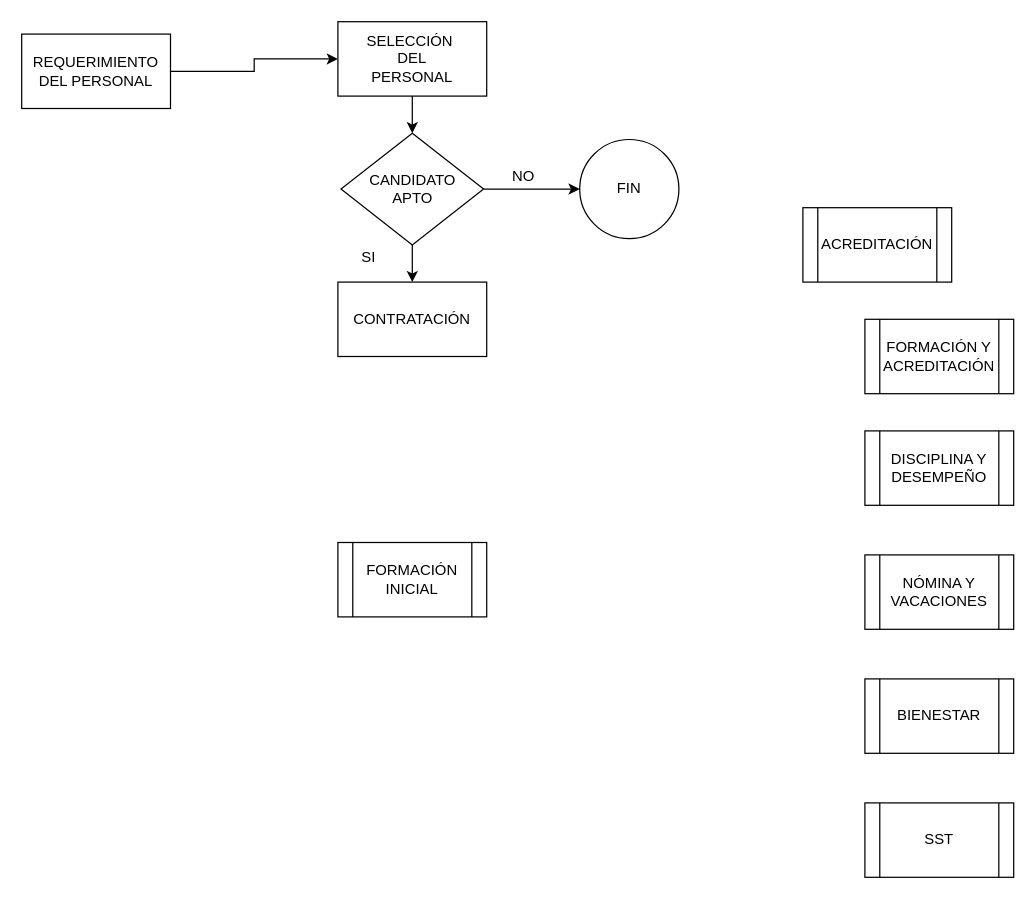
SeguridadOmega/diagrams keeps this draw.io diagram as Untitled Diagram.drawio. Above is the earlier version. Source tidied: cells renumbered, new cells numbered last; positions are measured from the earlier drawing's top-left corner, leaving out a move shared by most shapes. Both pictures are drawn from the tidied source at 124%, with x=0, y=0 at pixel (21, 21).
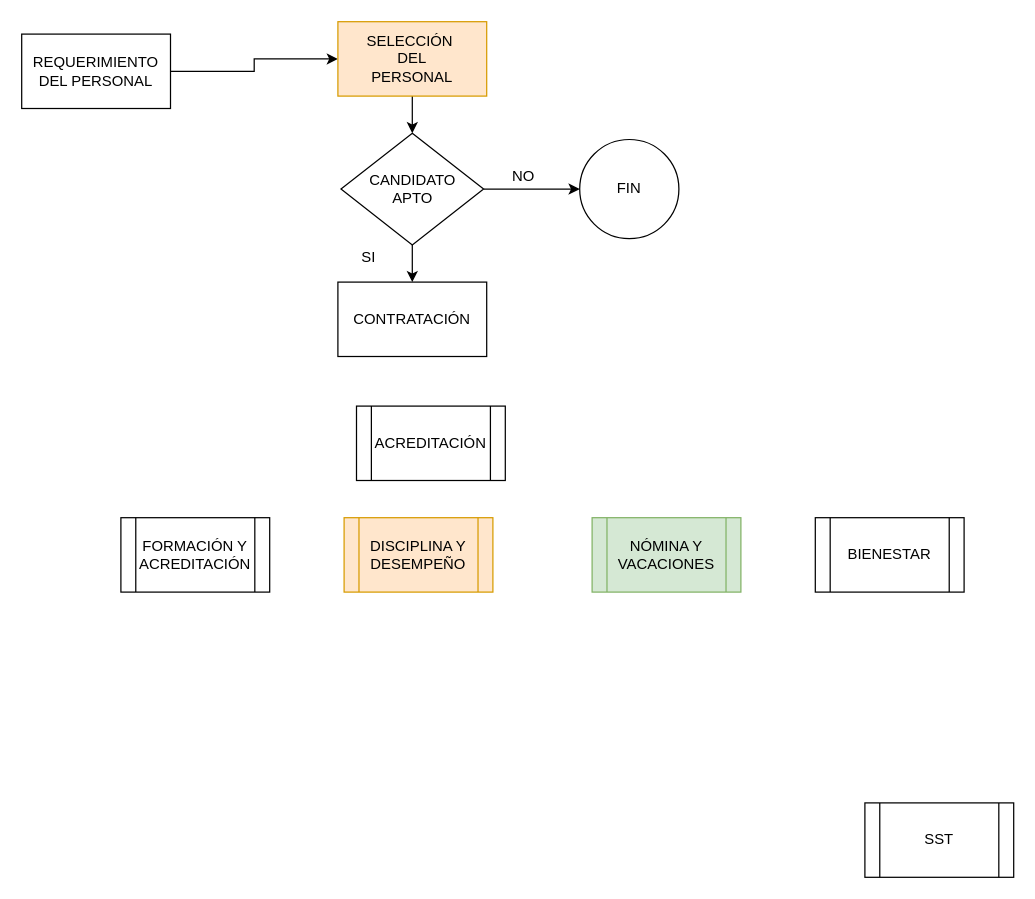
The same diagram, later.

Change to the diagram source:
```diff
@@
 <mxGraphModel>
   <root>
     <mxCell id="0" />
     <mxCell id="1" parent="0" />
     <mxCell id="2" style="edgeStyle=orthogonalEdgeStyle;rounded=0;jettySize=auto;html=1;exitX=1;exitY=0.5;exitDx=0;exitDy=0;" parent="1" edge="1" source="3" target="11">
       <mxGeometry relative="1" as="geometry" />
     </mxCell>
     <mxCell id="3" value="REQUERIMIENTO DEL PERSONAL" style="rounded=0;whiteSpace=wrap;html=1;" parent="1" vertex="1">
       <mxGeometry y="10" width="120" height="60" as="geometry" />
     </mxCell>
     <mxCell id="4" style="edgeStyle=orthogonalEdgeStyle;rounded=0;jettySize=auto;html=1;exitX=1;exitY=0.5;exitDx=0;exitDy=0;" parent="1" edge="1" source="6" target="7">
       <mxGeometry relative="1" as="geometry" />
     </mxCell>
     <mxCell id="5" style="edgeStyle=orthogonalEdgeStyle;rounded=0;jettySize=auto;html=1;exitX=0.5;exitY=1;exitDx=0;exitDy=0;entryX=0.5;entryY=0;entryDx=0;entryDy=0;" parent="1" edge="1" source="6" target="8">
       <mxGeometry relative="1" as="geometry" />
     </mxCell>
     <mxCell id="6" value="CANDIDATO&lt;br&gt;APTO" style="rhombus;whiteSpace=wrap;html=1;" parent="1" vertex="1">
       <mxGeometry x="257.5" y="90" width="115" height="90" as="geometry" />
     </mxCell>
     <mxCell id="7" value="FIN" style="ellipse;whiteSpace=wrap;html=1;" parent="1" vertex="1">
       <mxGeometry x="450" y="95" width="80" height="80" as="geometry" />
     </mxCell>
     <mxCell id="8" value="CONTRATACIÓN" style="rounded=0;whiteSpace=wrap;html=1;" parent="1" vertex="1">
       <mxGeometry x="255" y="210" width="120" height="60" as="geometry" />
     </mxCell>
     <mxCell id="9" value="ACREDITACIÓN" style="shape=process;whiteSpace=wrap;html=1;backgroundOutline=1;" parent="1" vertex="1">
-      <mxGeometry x="630" y="150" width="120" height="60" as="geometry" />
+      <mxGeometry x="270" y="310" width="120" height="60" as="geometry" />
     </mxCell>
     <mxCell id="10" style="edgeStyle=orthogonalEdgeStyle;rounded=0;jettySize=auto;html=1;exitX=0.5;exitY=1;exitDx=0;exitDy=0;entryX=0.5;entryY=0;entryDx=0;entryDy=0;" parent="1" edge="1" source="11" target="6">
       <mxGeometry relative="1" as="geometry" />
     </mxCell>
-    <mxCell id="11" value="SELECCIÓN&amp;nbsp;&lt;br&gt;DEL&lt;br&gt;PERSONAL" style="rounded=0;whiteSpace=wrap;html=1;" parent="1" vertex="1">
+    <mxCell id="11" value="SELECCIÓN&amp;nbsp;&lt;br&gt;DEL&lt;br&gt;PERSONAL" style="rounded=0;whiteSpace=wrap;html=1;fillColor=#ffe6cc;strokeColor=#d79b00;" parent="1" vertex="1">
       <mxGeometry x="255" width="120" height="60" as="geometry" />
     </mxCell>
     <mxCell id="12" value="NO" style="text;html=1;strokeColor=none;fillColor=none;align=center;verticalAlign=middle;whiteSpace=wrap;rounded=0;" parent="1" vertex="1">
       <mxGeometry x="375" y="110" width="60" height="30" as="geometry" />
     </mxCell>
     <mxCell id="13" value="SI" style="text;html=1;strokeColor=none;fillColor=none;align=center;verticalAlign=middle;whiteSpace=wrap;rounded=0;" parent="1" vertex="1">
       <mxGeometry x="250" y="175" width="60" height="30" as="geometry" />
     </mxCell>
-    <mxCell id="14" value="FORMACIÓN&lt;br&gt;INICIAL" style="shape=process;whiteSpace=wrap;html=1;backgroundOutline=1;" parent="1" vertex="1">
-      <mxGeometry x="255" y="420" width="120" height="60" as="geometry" />
-    </mxCell>
-    <mxCell id="15" value="NÓMINA Y VACACIONES" style="shape=process;whiteSpace=wrap;html=1;backgroundOutline=1;" parent="1" vertex="1">
-      <mxGeometry x="680" y="430" width="120" height="60" as="geometry" />
+    <mxCell id="15" value="NÓMINA Y VACACIONES" style="shape=process;whiteSpace=wrap;html=1;backgroundOutline=1;fillColor=#d5e8d4;strokeColor=#82b366;" parent="1" vertex="1">
+      <mxGeometry x="460" y="400" width="120" height="60" as="geometry" />
     </mxCell>
-    <mxCell id="16" value="DISCIPLINA Y DESEMPEÑO" style="shape=process;whiteSpace=wrap;html=1;backgroundOutline=1;" parent="1" vertex="1">
-      <mxGeometry x="680" y="330" width="120" height="60" as="geometry" />
+    <mxCell id="16" value="DISCIPLINA Y DESEMPEÑO" style="shape=process;whiteSpace=wrap;html=1;backgroundOutline=1;fillColor=#ffe6cc;strokeColor=#d79b00;" parent="1" vertex="1">
+      <mxGeometry x="260" y="400" width="120" height="60" as="geometry" />
     </mxCell>
     <mxCell id="17" value="BIENESTAR" style="shape=process;whiteSpace=wrap;html=1;backgroundOutline=1;" parent="1" vertex="1">
-      <mxGeometry x="680" y="530" width="120" height="60" as="geometry" />
+      <mxGeometry x="640" y="400" width="120" height="60" as="geometry" />
     </mxCell>
     <mxCell id="18" value="SST" style="shape=process;whiteSpace=wrap;html=1;backgroundOutline=1;" parent="1" vertex="1">
       <mxGeometry x="680" y="630" width="120" height="60" as="geometry" />
     </mxCell>
     <mxCell id="19" value="FORMACIÓN Y ACREDITACIÓN" style="shape=process;whiteSpace=wrap;html=1;backgroundOutline=1;" parent="1" vertex="1">
-      <mxGeometry x="680" y="240" width="120" height="60" as="geometry" />
+      <mxGeometry x="80" y="400" width="120" height="60" as="geometry" />
     </mxCell>
   </root>
 </mxGraphModel>
```
